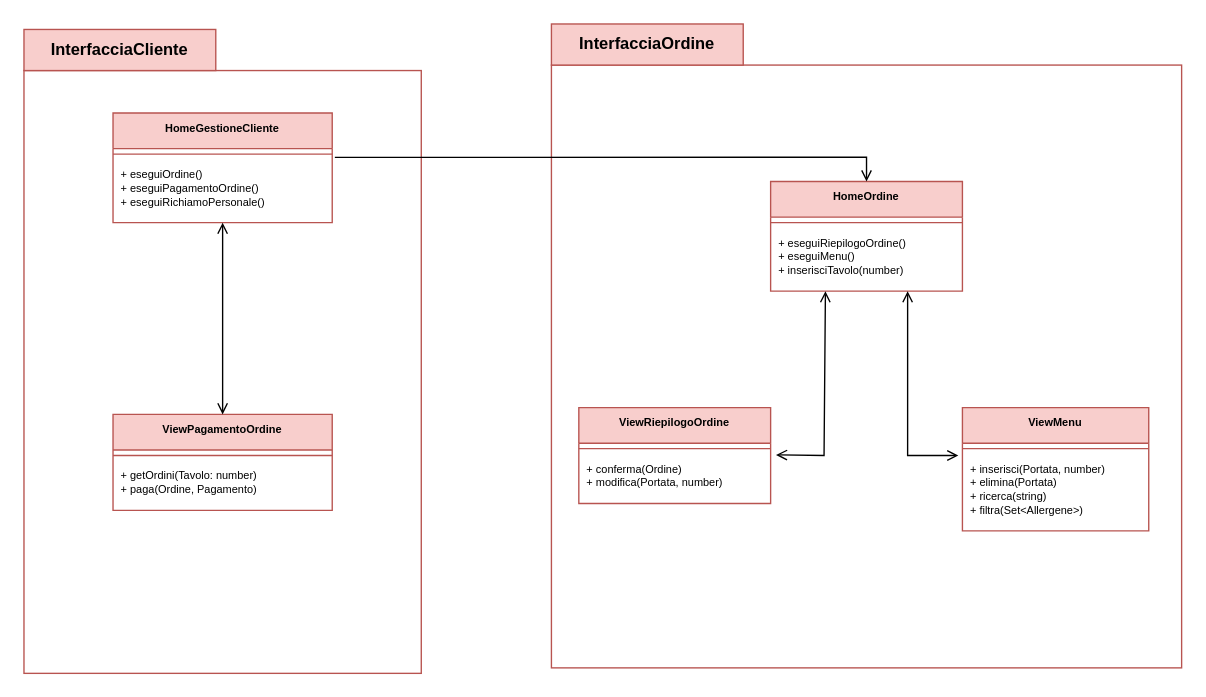
Above: page "Cliente" (3 of 3) of progettazione/dettaglio/dettaglioView.drawio in Marco-Burattoni/Progetto-ids (draw.io), before the change. Source tidied: cells renumbered, new cells numbered last; positions are measured from the earlier drawing's top-left corner, leaving out a move shared by most shapes. Both pictures are drawn from the tidied source at 137%, with x=0, y=0 at pixel (23, 23).
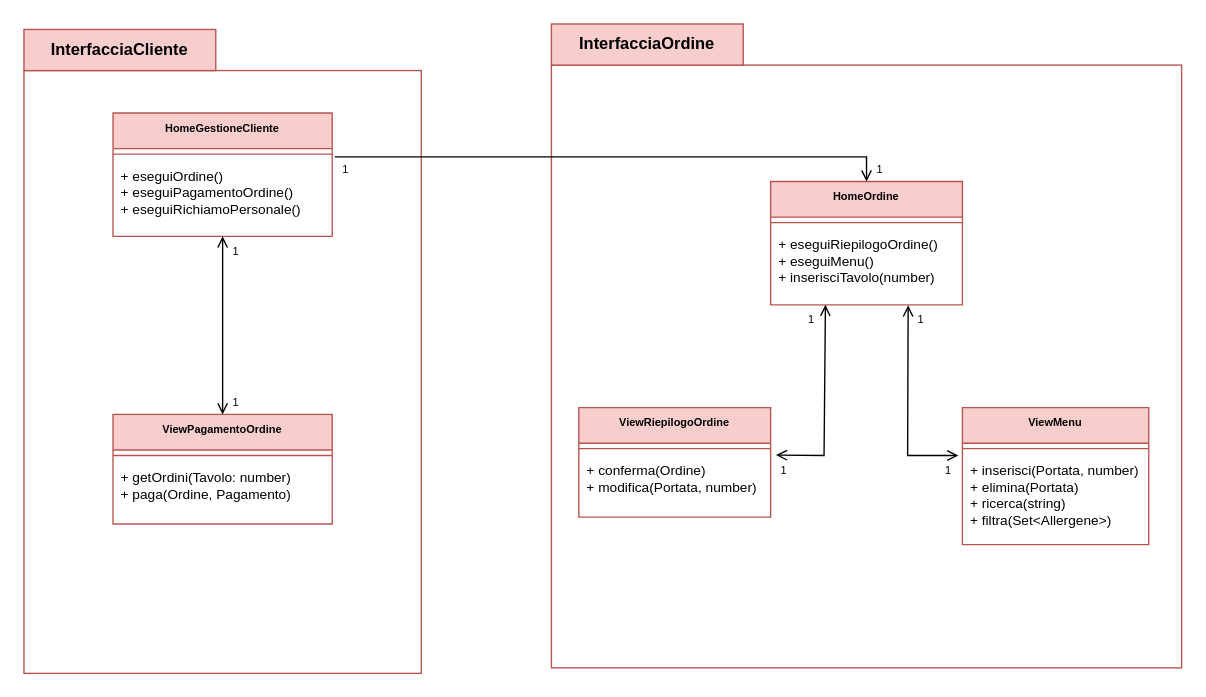
The same diagram, later.

The change refers to these unchanged cells:
```xml
<mxCell id="2" style="group;" parent="1" vertex="1">
  <mxGeometry y="4" width="290" height="470" as="geometry" />
</mxCell>
```

The edit, as a diff of the source:
```diff
@@
+    <mxCell id="26" value="&lt;font style=&quot;font-size: 8px;&quot;&gt;1&lt;/font&gt;" style="text;html=1;strokeColor=none;fillColor=none;align=center;verticalAlign=middle;whiteSpace=wrap;rounded=0;fontSize=10;" parent="2" vertex="1">
+      <mxGeometry x="145" y="151" width="20" height="20" as="geometry" />
+    </mxCell>
+    <mxCell id="27" value="&lt;font style=&quot;font-size: 8px;&quot;&gt;1&lt;/font&gt;" style="text;html=1;strokeColor=none;fillColor=none;align=center;verticalAlign=middle;whiteSpace=wrap;rounded=0;fontSize=10;" parent="2" vertex="1">
+      <mxGeometry x="145" y="261" width="20" height="20" as="geometry" />
+    </mxCell>
+    <mxCell id="28" value="&lt;font style=&quot;font-size: 8px;&quot;&gt;1&lt;/font&gt;" style="text;html=1;strokeColor=none;fillColor=none;align=center;verticalAlign=middle;whiteSpace=wrap;rounded=0;fontSize=10;" parent="2" vertex="1">
+      <mxGeometry x="225" y="91" width="20" height="20" as="geometry" />
+    </mxCell>
@@
     <mxCell id="7" value="HomeGestioneCliente" style="swimlane;fontStyle=1;align=center;verticalAlign=top;horizontal=1;startSize=26;strokeColor=#B85450;fontSize=8;fillColor=#F8CECC;" parent="1" vertex="1">
-      <mxGeometry x="65" y="65" width="160" height="80" as="geometry" />
+      <mxGeometry x="65" y="65" width="160" height="90" as="geometry" />
     </mxCell>
@@
-    <mxCell id="9" value="+ eseguiOrdine()&#10;+ eseguiPagamentoOrdine()&#10;+ eseguiRichiamoPersonale()" style="text;strokeColor=none;fillColor=none;align=left;verticalAlign=top;spacingLeft=4;spacingRight=4;overflow=hidden;points=[[0,0.5],[1,0.5]];portConstraint=eastwest;fontSize=8;" parent="7" vertex="1">
-      <mxGeometry y="34" width="160" height="46" as="geometry" />
+    <mxCell id="9" value="+ eseguiOrdine()&#10;+ eseguiPagamentoOrdine()&#10;+ eseguiRichiamoPersonale()" style="text;strokeColor=none;fillColor=none;align=left;verticalAlign=top;spacingLeft=4;spacingRight=4;overflow=hidden;points=[[0,0.5],[1,0.5]];portConstraint=eastwest;fontSize=10;" parent="7" vertex="1">
+      <mxGeometry y="34" width="160" height="56" as="geometry" />
     </mxCell>
     <mxCell id="10" value="ViewPagamentoOrdine" style="swimlane;fontStyle=1;align=center;verticalAlign=top;horizontal=1;startSize=26;strokeColor=#B85450;fontSize=8;fillColor=#F8CECC;" parent="1" vertex="1">
-      <mxGeometry x="65" y="285" width="160" height="70" as="geometry" />
+      <mxGeometry x="65" y="285" width="160" height="80" as="geometry" />
     </mxCell>
@@
-    <mxCell id="12" value="+ getOrdini(Tavolo: number)&#10;+ paga(Ordine, Pagamento)" style="text;strokeColor=none;fillColor=none;align=left;verticalAlign=top;spacingLeft=4;spacingRight=4;overflow=hidden;fontSize=8;" parent="10" vertex="1">
-      <mxGeometry y="34" width="160" height="36" as="geometry" />
+    <mxCell id="12" value="+ getOrdini(Tavolo: number)&#10;+ paga(Ordine, Pagamento)" style="text;strokeColor=none;fillColor=none;align=left;verticalAlign=top;spacingLeft=4;spacingRight=4;overflow=hidden;fontSize=10;" parent="10" vertex="1">
+      <mxGeometry y="34" width="160" height="46" as="geometry" />
     </mxCell>
     <mxCell id="13" value="HomeOrdine" style="swimlane;fontStyle=1;align=center;verticalAlign=top;horizontal=1;startSize=26;strokeColor=#B85450;fontSize=8;fillColor=#F8CECC;" parent="1" vertex="1">
-      <mxGeometry x="545" y="115" width="140" height="80" as="geometry" />
+      <mxGeometry x="545" y="115" width="140" height="90" as="geometry" />
     </mxCell>
@@
-    <mxCell id="15" value="+ eseguiRiepilogoOrdine()&#10;+ eseguiMenu()&#10;+ inserisciTavolo(number)" style="text;strokeColor=none;fillColor=none;align=left;verticalAlign=top;spacingLeft=4;spacingRight=4;overflow=hidden;points=[[0,0.5],[1,0.5]];portConstraint=eastwest;fontSize=8;" parent="13" vertex="1">
-      <mxGeometry y="34" width="140" height="46" as="geometry" />
+    <mxCell id="15" value="+ eseguiRiepilogoOrdine()&#10;+ eseguiMenu()&#10;+ inserisciTavolo(number)" style="text;strokeColor=none;fillColor=none;align=left;verticalAlign=top;spacingLeft=4;spacingRight=4;overflow=hidden;points=[[0,0.5],[1,0.5]];portConstraint=eastwest;fontSize=10;" parent="13" vertex="1">
+      <mxGeometry y="34" width="140" height="56" as="geometry" />
     </mxCell>
     <mxCell id="16" value="ViewRiepilogoOrdine" style="swimlane;fontStyle=1;align=center;verticalAlign=top;horizontal=1;startSize=26;strokeColor=#B85450;fontSize=8;fillColor=#F8CECC;" parent="1" vertex="1">
-      <mxGeometry x="405" y="280" width="140" height="70" as="geometry" />
+      <mxGeometry x="405" y="280" width="140" height="80" as="geometry" />
     </mxCell>
@@
-    <mxCell id="18" value="+ conferma(Ordine)&#10;+ modifica(Portata, number)" style="text;strokeColor=none;fillColor=none;align=left;verticalAlign=top;spacingLeft=4;spacingRight=4;overflow=hidden;points=[[0,0.5],[1,0.5]];portConstraint=eastwest;fontSize=8;" parent="16" vertex="1">
-      <mxGeometry y="34" width="140" height="36" as="geometry" />
+    <mxCell id="18" value="+ conferma(Ordine)&#10;+ modifica(Portata, number)" style="text;strokeColor=none;fillColor=none;align=left;verticalAlign=top;spacingLeft=4;spacingRight=4;overflow=hidden;points=[[0,0.5],[1,0.5]];portConstraint=eastwest;fontSize=10;" parent="16" vertex="1">
+      <mxGeometry y="34" width="140" height="46" as="geometry" />
     </mxCell>
     <mxCell id="19" value="ViewMenu" style="swimlane;fontStyle=1;align=center;verticalAlign=top;horizontal=1;startSize=26;strokeColor=#B85450;fontSize=8;fillColor=#F8CECC;" parent="1" vertex="1">
-      <mxGeometry x="685" y="280" width="136" height="90" as="geometry" />
+      <mxGeometry x="685" y="280" width="136" height="100" as="geometry" />
     </mxCell>
@@
-    <mxCell id="21" value="+ inserisci(Portata, number)&#10;+ elimina(Portata)&#10;+ ricerca(string)&#10;+ filtra(Set&lt;Allergene&gt;)" style="text;strokeColor=none;fillColor=none;align=left;verticalAlign=top;spacingLeft=4;spacingRight=4;overflow=hidden;fontSize=8;" parent="19" vertex="1">
-      <mxGeometry y="34" width="136" height="56" as="geometry" />
+    <mxCell id="21" value="+ inserisci(Portata, number)&#10;+ elimina(Portata)&#10;+ ricerca(string)&#10;+ filtra(Set&lt;Allergene&gt;)" style="text;strokeColor=none;fillColor=none;align=left;verticalAlign=top;spacingLeft=4;spacingRight=4;overflow=hidden;fontSize=10;" parent="19" vertex="1">
+      <mxGeometry y="34" width="136" height="66" as="geometry" />
     </mxCell>
     <mxCell id="22" style="endArrow=open;startArrow=open;html=1;rounded=0;fontSize=8;exitX=1.028;exitY=0.015;exitDx=0;exitDy=0;exitPerimeter=0;startFill=0;endFill=0;" parent="1" edge="1" source="18">
       <mxGeometry relative="1" as="geometry">
-        <mxPoint x="585" y="195" as="targetPoint" />
+        <mxPoint x="585" y="205" as="targetPoint" />
         <Array as="points">
           <mxPoint x="584" y="315" />
         </Array>
       </mxGeometry>
     </mxCell>
-    <mxCell id="23" style="endArrow=open;startArrow=open;html=1;rounded=0;fontSize=8;elbow=vertical;startFill=0;endFill=0;" parent="1" edge="1">
+    <mxCell id="23" style="endArrow=open;startArrow=open;html=1;rounded=0;fontSize=8;elbow=vertical;startFill=0;endFill=0;entryX=0.717;entryY=1.007;entryDx=0;entryDy=0;entryPerimeter=0;" parent="1" edge="1" target="15">
       <mxGeometry relative="1" as="geometry">
         <mxPoint x="682" y="315" as="sourcePoint" />
-        <mxPoint x="645" y="195" as="targetPoint" />
         <Array as="points">
           <mxPoint x="645" y="315" />
         </Array>
       </mxGeometry>
     </mxCell>
@@
+    <mxCell id="29" value="&lt;font style=&quot;font-size: 8px;&quot;&gt;1&lt;/font&gt;" style="text;html=1;strokeColor=none;fillColor=none;align=center;verticalAlign=middle;whiteSpace=wrap;rounded=0;fontSize=10;" parent="1" vertex="1">
+      <mxGeometry x="565" y="205" width="20" height="20" as="geometry" />
+    </mxCell>
+    <mxCell id="30" value="&lt;font style=&quot;font-size: 8px;&quot;&gt;1&lt;/font&gt;" style="text;html=1;strokeColor=none;fillColor=none;align=center;verticalAlign=middle;whiteSpace=wrap;rounded=0;fontSize=10;" parent="1" vertex="1">
+      <mxGeometry x="545" y="315" width="20" height="20" as="geometry" />
+    </mxCell>
+    <mxCell id="31" value="&lt;font style=&quot;font-size: 8px;&quot;&gt;1&lt;/font&gt;" style="text;html=1;strokeColor=none;fillColor=none;align=center;verticalAlign=middle;whiteSpace=wrap;rounded=0;fontSize=10;" parent="1" vertex="1">
+      <mxGeometry x="645" y="205" width="20" height="20" as="geometry" />
+    </mxCell>
+    <mxCell id="32" value="&lt;font style=&quot;font-size: 8px;&quot;&gt;1&lt;/font&gt;" style="text;html=1;strokeColor=none;fillColor=none;align=center;verticalAlign=middle;whiteSpace=wrap;rounded=0;fontSize=10;" parent="1" vertex="1">
+      <mxGeometry x="665" y="315" width="20" height="20" as="geometry" />
+    </mxCell>
+    <mxCell id="33" value="&lt;font style=&quot;font-size: 8px;&quot;&gt;1&lt;/font&gt;" style="text;html=1;strokeColor=none;fillColor=none;align=center;verticalAlign=middle;whiteSpace=wrap;rounded=0;fontSize=10;" parent="1" vertex="1">
+      <mxGeometry x="615" y="95" width="20" height="20" as="geometry" />
+    </mxCell>
```
